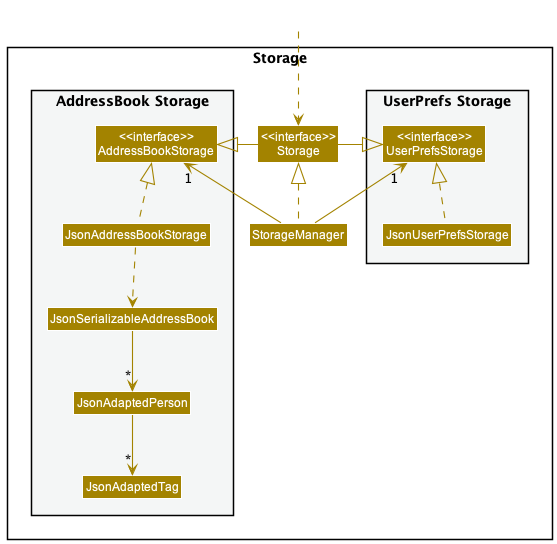
Above: docs/images/StorageClassDiagram.png in nus-cs2103-AY2223S1/tp (PlantUML), before the change.
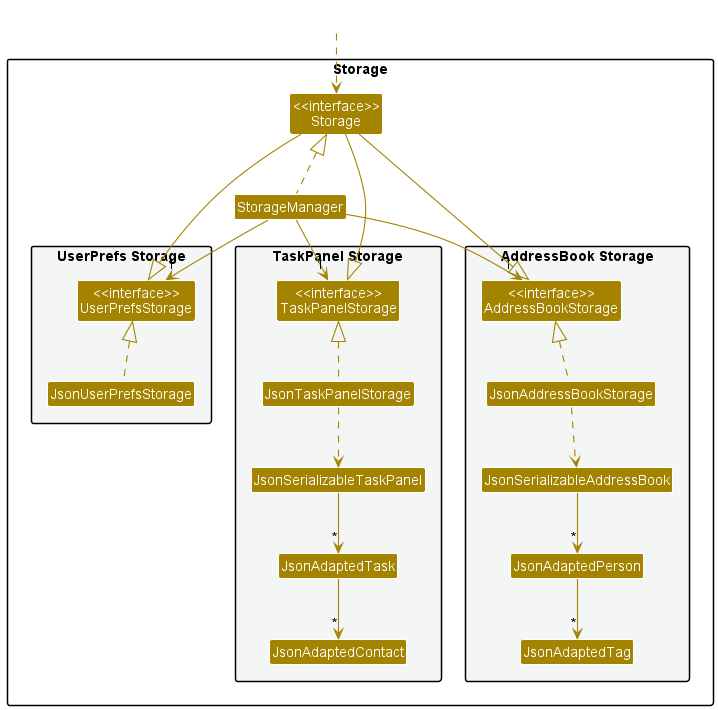
The same file after the commit.

Diff of the diagram source:
```diff
@@ -1,25 +1,34 @@
 @startuml
+
 !include style.puml
 skinparam arrowThickness 1.1
 skinparam arrowColor STORAGE_COLOR
 skinparam classBackgroundColor STORAGE_COLOR
 
-package Storage{
+package Storage {
 
-package "UserPrefs Storage" #F4F6F6{
-Class "<<interface>>\nUserPrefsStorage" as UserPrefsStorage
-Class JsonUserPrefsStorage
+package "UserPrefs Storage" #F4F6F6 {
+    Class "<<interface>>\nUserPrefsStorage" as UserPrefsStorage
+    Class JsonUserPrefsStorage
+}
+
+package "TaskPanel Storage" #F4F6F6 {
+    Class "<<interface>>\nTaskPanelStorage" as TaskPanelStorage
+    Class JsonTaskPanelStorage
+    Class JsonSerializableTaskPanel
+    Class JsonAdaptedTask
+    Class JsonAdaptedContact
 }
 
 Class "<<interface>>\nStorage" as Storage
 Class StorageManager
 
-package "AddressBook Storage" #F4F6F6{
-Class "<<interface>>\nAddressBookStorage" as AddressBookStorage
-Class JsonAddressBookStorage
-Class JsonSerializableAddressBook
-Class JsonAdaptedPerson
-Class JsonAdaptedTag
+package "AddressBook Storage" #F4F6F6 {
+    Class "<<interface>>\nAddressBookStorage" as AddressBookStorage
+    Class JsonAddressBookStorage
+    Class JsonSerializableAddressBook
+    Class JsonAdaptedPerson
+    Class JsonAdaptedTag
 }
 
 }
@@ -28,16 +37,24 @@
 HiddenOutside ..> Storage
 
 StorageManager .up.|> Storage
-StorageManager -up-> "1" UserPrefsStorage
-StorageManager -up-> "1" AddressBookStorage
+StorageManager -down-> "1" UserPrefsStorage
+StorageManager -down-> "1" AddressBookStorage
+StorageManager -down-> "1" TaskPanelStorage
 
-Storage -left-|> UserPrefsStorage
-Storage -right-|> AddressBookStorage
+Storage --|> UserPrefsStorage
+Storage --|> AddressBookStorage
+Storage --|> TaskPanelStorage
 
 JsonUserPrefsStorage .up.|> UserPrefsStorage
+
 JsonAddressBookStorage .up.|> AddressBookStorage
 JsonAddressBookStorage ..> JsonSerializableAddressBook
 JsonSerializableAddressBook --> "*" JsonAdaptedPerson
 JsonAdaptedPerson --> "*" JsonAdaptedTag
 
+JsonTaskPanelStorage .up.|> TaskPanelStorage
+JsonTaskPanelStorage ..> JsonSerializableTaskPanel
+JsonSerializableTaskPanel --> "*" JsonAdaptedTask
+JsonAdaptedTask --> "*" JsonAdaptedContact
+
 @enduml
```
